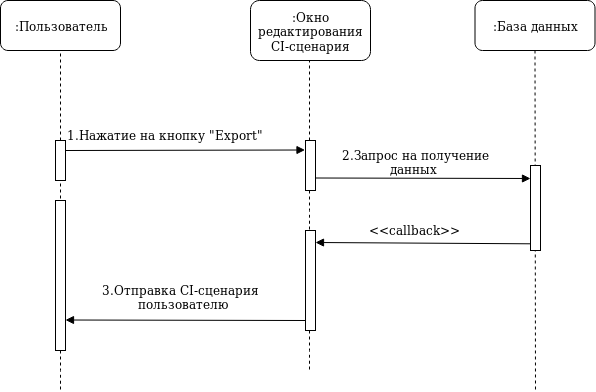
Andrew304/Visual-CI-Manager keeps this draw.io diagram as Diagrams/Sequence/Export.png. Above is the earlier version. Source tidied: cells renumbered, new cells last; positions are measured from the earlier drawing's top-left corner, leaving out a move shared by most shapes. Its diagram source:
```xml
<mxGraphModel>
  <root>
    <mxCell id="0" />
    <mxCell id="1" parent="0" />
    <mxCell id="2" value=":Пользователь" style="rounded=1;whiteSpace=wrap;html=1;" parent="1" vertex="1">
      <mxGeometry width="120" height="50" as="geometry" />
    </mxCell>
    <mxCell id="3" style="endArrow=none;dashed=1;html=1;entryX=0.5;entryY=1;entryDx=0;entryDy=0;exitX=0.5;exitY=0;exitDx=0;exitDy=0;" parent="1" edge="1" target="2">
      <mxGeometry relative="1" as="geometry">
        <mxPoint x="60" y="140" as="sourcePoint" />
      </mxGeometry>
    </mxCell>
    <mxCell id="4" value=":Окно редактирования CI-сценария" style="rounded=1;whiteSpace=wrap;html=1;" parent="1" vertex="1">
      <mxGeometry x="250" width="120" height="60" as="geometry" />
    </mxCell>
    <mxCell id="5" value=":База данных" style="rounded=1;whiteSpace=wrap;html=1;" parent="1" vertex="1">
      <mxGeometry x="474.5" width="120" height="50" as="geometry" />
    </mxCell>
    <mxCell id="6" style="rounded=0;whiteSpace=wrap;html=1;" parent="1" vertex="1">
      <mxGeometry x="305" y="140" width="10" height="50" as="geometry" />
    </mxCell>
    <mxCell id="7" style="endArrow=none;dashed=1;html=1;entryX=0.5;entryY=1;entryDx=0;entryDy=0;" parent="1" edge="1">
      <mxGeometry relative="1" as="geometry">
        <mxPoint x="309" y="140" as="sourcePoint" />
        <mxPoint x="309" y="60" as="targetPoint" />
      </mxGeometry>
    </mxCell>
    <mxCell id="8" style="rounded=0;whiteSpace=wrap;html=1;" parent="1" vertex="1">
      <mxGeometry x="55" y="140" width="10" height="40" as="geometry" />
    </mxCell>
    <mxCell id="9" style="endArrow=none;dashed=1;html=1;exitX=0.5;exitY=0;exitDx=0;exitDy=0;" parent="1" edge="1" source="8">
      <mxGeometry relative="1" as="geometry">
        <mxPoint x="60" y="140" as="targetPoint" />
      </mxGeometry>
    </mxCell>
    <mxCell id="10" style="endArrow=block;html=1;endFill=1;entryX=0.25;entryY=0;entryDx=0;entryDy=0;" parent="1" edge="1">
      <mxGeometry relative="1" as="geometry">
        <mxPoint x="65" y="150" as="sourcePoint" />
        <mxPoint x="304.5" y="149.5" as="targetPoint" />
      </mxGeometry>
    </mxCell>
    <mxCell id="11" value="1.Нажатие на кнопку &quot;Export&quot;" style="text;html=1;align=left;verticalAlign=top;spacingTop=-4;" parent="1" vertex="1">
      <mxGeometry x="65" y="125" width="210" height="20" as="geometry" />
    </mxCell>
    <mxCell id="12" style="endArrow=none;dashed=1;html=1;exitX=0.5;exitY=1;exitDx=0;exitDy=0;" parent="1" edge="1" source="5">
      <mxGeometry relative="1" as="geometry">
        <mxPoint x="535" y="390" as="targetPoint" />
      </mxGeometry>
    </mxCell>
    <mxCell id="13" style="rounded=0;whiteSpace=wrap;html=1;" parent="1" vertex="1">
      <mxGeometry x="530" y="165" width="10" height="85" as="geometry" />
    </mxCell>
    <mxCell id="14" style="endArrow=block;html=1;endFill=1;exitX=1;exitY=0.75;exitDx=0;exitDy=0;" parent="1" edge="1">
      <mxGeometry relative="1" as="geometry">
        <mxPoint x="315" y="177.5" as="sourcePoint" />
        <mxPoint x="530" y="178" as="targetPoint" />
      </mxGeometry>
    </mxCell>
    <mxCell id="15" value="&lt;div&gt;2.Запрос на получение&lt;/div&gt;&lt;div&gt;&amp;nbsp;&amp;nbsp;&amp;nbsp;&amp;nbsp;&amp;nbsp;&amp;nbsp;&amp;nbsp;&amp;nbsp;&amp;nbsp;&amp;nbsp;&amp;nbsp; данных&lt;/div&gt;" style="text;html=1;align=left;verticalAlign=top;spacingTop=-4;" parent="1" vertex="1">
      <mxGeometry x="340" y="145" width="170" height="30" as="geometry" />
    </mxCell>
    <mxCell id="16" style="endArrow=block;html=1;endFill=1;exitX=0.019;exitY=0.886;exitDx=0;exitDy=0;exitPerimeter=0;" parent="1" edge="1">
      <mxGeometry relative="1" as="geometry">
        <mxPoint x="529.7" y="243.3" as="sourcePoint" />
        <mxPoint x="315" y="242" as="targetPoint" />
      </mxGeometry>
    </mxCell>
    <mxCell id="17" value="&amp;nbsp;&amp;nbsp;&amp;nbsp;&amp;nbsp;&amp;nbsp;&amp;nbsp;&amp;nbsp;&amp;nbsp;&amp;nbsp;&amp;nbsp;&amp;nbsp;&amp;nbsp;&amp;nbsp;&amp;nbsp;&amp;nbsp;&amp;nbsp;&amp;nbsp; &amp;lt;&amp;lt;callback&amp;gt;&amp;gt;" style="text;html=1;align=left;verticalAlign=top;spacingTop=-4;" parent="1" vertex="1">
      <mxGeometry x="294.5" y="220" width="180" height="20" as="geometry" />
    </mxCell>
    <mxCell id="18" style="endArrow=none;dashed=1;html=1;entryX=0.5;entryY=1;entryDx=0;entryDy=0;" parent="1" edge="1">
      <mxGeometry relative="1" as="geometry">
        <mxPoint x="60" y="210" as="sourcePoint" />
        <mxPoint x="60" y="180" as="targetPoint" />
      </mxGeometry>
    </mxCell>
    <mxCell id="19" style="endArrow=none;dashed=1;html=1;entryX=0.5;entryY=1;entryDx=0;entryDy=0;" parent="1" edge="1" source="20">
      <mxGeometry relative="1" as="geometry">
        <mxPoint x="60" y="329" as="targetPoint" />
      </mxGeometry>
    </mxCell>
    <mxCell id="20" style="rounded=0;whiteSpace=wrap;html=1;" parent="1" vertex="1">
      <mxGeometry x="55" y="200" width="10" height="150" as="geometry" />
    </mxCell>
    <mxCell id="21" value="&lt;div&gt;3.Отправка CI-сценария&lt;/div&gt;&lt;div&gt;&amp;nbsp;&amp;nbsp;&amp;nbsp;&amp;nbsp;&amp;nbsp;&amp;nbsp;&amp;nbsp;&amp;nbsp; пользователю&lt;/div&gt;" style="text;html=1;align=left;verticalAlign=top;spacingTop=-4;" parent="1" vertex="1">
      <mxGeometry x="100" y="280" width="170" height="30" as="geometry" />
    </mxCell>
    <mxCell id="22" style="endArrow=block;html=1;endFill=1;exitX=0;exitY=0.5;exitDx=0;exitDy=0;" parent="1" edge="1">
      <mxGeometry relative="1" as="geometry">
        <mxPoint x="305" y="320" as="sourcePoint" />
        <mxPoint x="65" y="319.5" as="targetPoint" />
      </mxGeometry>
    </mxCell>
    <mxCell id="23" style="endArrow=none;dashed=1;html=1;" parent="1" edge="1">
      <mxGeometry relative="1" as="geometry">
        <mxPoint x="309" y="330" as="sourcePoint" />
        <mxPoint x="309" y="370" as="targetPoint" />
        <Array as="points">
          <mxPoint x="309" y="360" />
        </Array>
      </mxGeometry>
    </mxCell>
    <mxCell id="24" style="endArrow=none;dashed=1;html=1;" parent="1" edge="1">
      <mxGeometry relative="1" as="geometry">
        <mxPoint x="60" y="350" as="sourcePoint" />
        <mxPoint x="60" y="390" as="targetPoint" />
        <Array as="points">
          <mxPoint x="60" y="380" />
        </Array>
      </mxGeometry>
    </mxCell>
    <mxCell id="25" style="rounded=0;whiteSpace=wrap;html=1;" parent="1" vertex="1">
      <mxGeometry x="305" y="230" width="10" height="100" as="geometry" />
    </mxCell>
    <mxCell id="26" style="endArrow=none;dashed=1;html=1;" parent="1" edge="1">
      <mxGeometry relative="1" as="geometry">
        <mxPoint x="309" y="190" as="sourcePoint" />
        <mxPoint x="309" y="230" as="targetPoint" />
        <Array as="points">
          <mxPoint x="309" y="220" />
        </Array>
      </mxGeometry>
    </mxCell>
  </root>
</mxGraphModel>
```
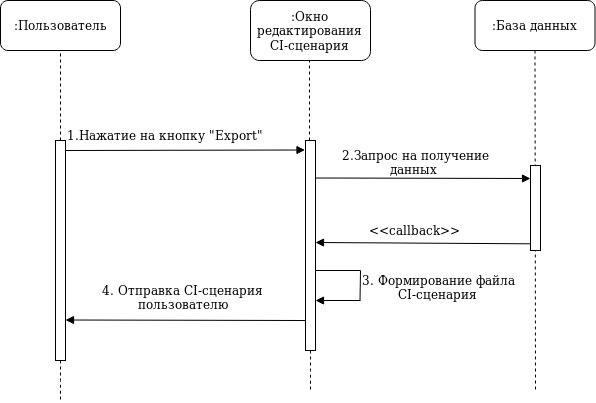
The same file after the commit.

The edit, as a diff of the source:
```diff
@@ -17,7 +17,7 @@
       <mxGeometry x="474.5" width="120" height="50" as="geometry" />
     </mxCell>
     <mxCell id="6" style="rounded=0;whiteSpace=wrap;html=1;" parent="1" vertex="1">
-      <mxGeometry x="305" y="140" width="10" height="50" as="geometry" />
+      <mxGeometry x="305" y="140" width="10" height="210" as="geometry" />
     </mxCell>
     <mxCell id="7" style="endArrow=none;dashed=1;html=1;entryX=0.5;entryY=1;entryDx=0;entryDy=0;" parent="1" edge="1">
       <mxGeometry relative="1" as="geometry">
@@ -26,100 +26,89 @@
       </mxGeometry>
     </mxCell>
     <mxCell id="8" style="rounded=0;whiteSpace=wrap;html=1;" parent="1" vertex="1">
-      <mxGeometry x="55" y="140" width="10" height="40" as="geometry" />
+      <mxGeometry x="55" y="140" width="10" height="220" as="geometry" />
     </mxCell>
-    <mxCell id="9" style="endArrow=none;dashed=1;html=1;exitX=0.5;exitY=0;exitDx=0;exitDy=0;" parent="1" edge="1" source="8">
+    <mxCell id="9" style="endArrow=block;html=1;endFill=1;entryX=0.25;entryY=0;entryDx=0;entryDy=0;" parent="1" edge="1">
       <mxGeometry relative="1" as="geometry">
-        <mxPoint x="60" y="140" as="targetPoint" />
+        <mxPoint x="65" y="150" as="sourcePoint" />
+        <mxPoint x="304.5" y="149.5" as="targetPoint" />
       </mxGeometry>
     </mxCell>
-    <mxCell id="10" style="endArrow=block;html=1;endFill=1;entryX=0.25;entryY=0;entryDx=0;entryDy=0;" parent="1" edge="1">
-      <mxGeometry relative="1" as="geometry">
-        <mxPoint x="65" y="150" as="sourcePoint" />
-        <mxPoint x="304.5" y="149.5" as="targetPoint" />
-      </mxGeometry>
+    <mxCell id="10" value="1.Нажатие на кнопку &quot;Export&quot;" style="text;html=1;align=left;verticalAlign=top;spacingTop=-4;" parent="1" vertex="1">
+      <mxGeometry x="65" y="125" width="210" height="20" as="geometry" />
     </mxCell>
-    <mxCell id="11" value="1.Нажатие на кнопку &quot;Export&quot;" style="text;html=1;align=left;verticalAlign=top;spacingTop=-4;" parent="1" vertex="1">
-      <mxGeometry x="65" y="125" width="210" height="20" as="geometry" />
+    <mxCell id="11" style="endArrow=none;dashed=1;html=1;exitX=0.5;exitY=1;exitDx=0;exitDy=0;" parent="1" edge="1" source="5">
+      <mxGeometry relative="1" as="geometry">
+        <mxPoint x="535" y="390" as="targetPoint" />
+      </mxGeometry>
     </mxCell>
-    <mxCell id="12" style="endArrow=none;dashed=1;html=1;exitX=0.5;exitY=1;exitDx=0;exitDy=0;" parent="1" edge="1" source="5">
-      <mxGeometry relative="1" as="geometry">
-        <mxPoint x="535" y="390" as="targetPoint" />
-      </mxGeometry>
+    <mxCell id="12" style="rounded=0;whiteSpace=wrap;html=1;" parent="1" vertex="1">
+      <mxGeometry x="530" y="165" width="10" height="85" as="geometry" />
     </mxCell>
-    <mxCell id="13" style="rounded=0;whiteSpace=wrap;html=1;" parent="1" vertex="1">
-      <mxGeometry x="530" y="165" width="10" height="85" as="geometry" />
+    <mxCell id="13" style="endArrow=block;html=1;endFill=1;exitX=1;exitY=0.75;exitDx=0;exitDy=0;" parent="1" edge="1">
+      <mxGeometry relative="1" as="geometry">
+        <mxPoint x="315" y="177.5" as="sourcePoint" />
+        <mxPoint x="530" y="178" as="targetPoint" />
+      </mxGeometry>
     </mxCell>
-    <mxCell id="14" style="endArrow=block;html=1;endFill=1;exitX=1;exitY=0.75;exitDx=0;exitDy=0;" parent="1" edge="1">
-      <mxGeometry relative="1" as="geometry">
-        <mxPoint x="315" y="177.5" as="sourcePoint" />
-        <mxPoint x="530" y="178" as="targetPoint" />
-      </mxGeometry>
+    <mxCell id="14" value="&lt;div&gt;2.Запрос на получение&lt;/div&gt;&lt;div&gt;&amp;nbsp;&amp;nbsp;&amp;nbsp;&amp;nbsp;&amp;nbsp;&amp;nbsp;&amp;nbsp;&amp;nbsp;&amp;nbsp;&amp;nbsp;&amp;nbsp; данных&lt;/div&gt;" style="text;html=1;align=left;verticalAlign=top;spacingTop=-4;" parent="1" vertex="1">
+      <mxGeometry x="340" y="145" width="170" height="30" as="geometry" />
     </mxCell>
-    <mxCell id="15" value="&lt;div&gt;2.Запрос на получение&lt;/div&gt;&lt;div&gt;&amp;nbsp;&amp;nbsp;&amp;nbsp;&amp;nbsp;&amp;nbsp;&amp;nbsp;&amp;nbsp;&amp;nbsp;&amp;nbsp;&amp;nbsp;&amp;nbsp; данных&lt;/div&gt;" style="text;html=1;align=left;verticalAlign=top;spacingTop=-4;" parent="1" vertex="1">
-      <mxGeometry x="340" y="145" width="170" height="30" as="geometry" />
+    <mxCell id="15" style="endArrow=block;html=1;endFill=1;exitX=0.019;exitY=0.886;exitDx=0;exitDy=0;exitPerimeter=0;" parent="1" edge="1">
+      <mxGeometry relative="1" as="geometry">
+        <mxPoint x="529.7" y="243.3" as="sourcePoint" />
+        <mxPoint x="315" y="242" as="targetPoint" />
+      </mxGeometry>
     </mxCell>
-    <mxCell id="16" style="endArrow=block;html=1;endFill=1;exitX=0.019;exitY=0.886;exitDx=0;exitDy=0;exitPerimeter=0;" parent="1" edge="1">
-      <mxGeometry relative="1" as="geometry">
-        <mxPoint x="529.7" y="243.3" as="sourcePoint" />
-        <mxPoint x="315" y="242" as="targetPoint" />
-      </mxGeometry>
+    <mxCell id="16" value="&amp;nbsp;&amp;nbsp;&amp;nbsp;&amp;nbsp;&amp;nbsp;&amp;nbsp;&amp;nbsp;&amp;nbsp;&amp;nbsp;&amp;nbsp;&amp;nbsp;&amp;nbsp;&amp;nbsp;&amp;nbsp;&amp;nbsp;&amp;nbsp;&amp;nbsp; &amp;lt;&amp;lt;callback&amp;gt;&amp;gt;" style="text;html=1;align=left;verticalAlign=top;spacingTop=-4;" parent="1" vertex="1">
+      <mxGeometry x="294.5" y="220" width="180" height="20" as="geometry" />
     </mxCell>
-    <mxCell id="17" value="&amp;nbsp;&amp;nbsp;&amp;nbsp;&amp;nbsp;&amp;nbsp;&amp;nbsp;&amp;nbsp;&amp;nbsp;&amp;nbsp;&amp;nbsp;&amp;nbsp;&amp;nbsp;&amp;nbsp;&amp;nbsp;&amp;nbsp;&amp;nbsp;&amp;nbsp; &amp;lt;&amp;lt;callback&amp;gt;&amp;gt;" style="text;html=1;align=left;verticalAlign=top;spacingTop=-4;" parent="1" vertex="1">
-      <mxGeometry x="294.5" y="220" width="180" height="20" as="geometry" />
+    <mxCell id="17" value="&lt;div&gt;4. Отправка CI-сценария &lt;br&gt;&lt;/div&gt;&lt;div&gt;&amp;nbsp;&amp;nbsp;&amp;nbsp;&amp;nbsp;&amp;nbsp;&amp;nbsp;&amp;nbsp;&amp;nbsp; пользователю&lt;/div&gt;" style="text;html=1;align=left;verticalAlign=top;spacingTop=-4;" parent="1" vertex="1">
+      <mxGeometry x="100" y="280" width="180" height="30" as="geometry" />
     </mxCell>
-    <mxCell id="18" style="endArrow=none;dashed=1;html=1;entryX=0.5;entryY=1;entryDx=0;entryDy=0;" parent="1" edge="1">
+    <mxCell id="18" style="endArrow=block;html=1;endFill=1;exitX=0;exitY=0.5;exitDx=0;exitDy=0;" parent="1" edge="1">
       <mxGeometry relative="1" as="geometry">
-        <mxPoint x="60" y="210" as="sourcePoint" />
-        <mxPoint x="60" y="180" as="targetPoint" />
+        <mxPoint x="305" y="320" as="sourcePoint" />
+        <mxPoint x="65" y="319.5" as="targetPoint" />
       </mxGeometry>
     </mxCell>
-    <mxCell id="19" style="endArrow=none;dashed=1;html=1;entryX=0.5;entryY=1;entryDx=0;entryDy=0;" parent="1" edge="1" source="20">
+    <mxCell id="19" style="endArrow=none;dashed=1;html=1;" parent="1" edge="1">
       <mxGeometry relative="1" as="geometry">
-        <mxPoint x="60" y="329" as="targetPoint" />
+        <mxPoint x="310" y="350" as="sourcePoint" />
+        <mxPoint x="310" y="390" as="targetPoint" />
+        <Array as="points">
+          <mxPoint x="310" y="380" />
+        </Array>
       </mxGeometry>
     </mxCell>
-    <mxCell id="20" style="rounded=0;whiteSpace=wrap;html=1;" parent="1" vertex="1">
-      <mxGeometry x="55" y="200" width="10" height="150" as="geometry" />
+    <mxCell id="20" style="endArrow=none;dashed=1;html=1;" parent="1" edge="1">
+      <mxGeometry relative="1" as="geometry">
+        <mxPoint x="60" y="360" as="sourcePoint" />
+        <mxPoint x="60" y="400" as="targetPoint" />
+        <Array as="points">
+          <mxPoint x="60" y="390" />
+        </Array>
+      </mxGeometry>
     </mxCell>
-    <mxCell id="21" value="&lt;div&gt;3.Отправка CI-сценария&lt;/div&gt;&lt;div&gt;&amp;nbsp;&amp;nbsp;&amp;nbsp;&amp;nbsp;&amp;nbsp;&amp;nbsp;&amp;nbsp;&amp;nbsp; пользователю&lt;/div&gt;" style="text;html=1;align=left;verticalAlign=top;spacingTop=-4;" parent="1" vertex="1">
-      <mxGeometry x="100" y="280" width="170" height="30" as="geometry" />
+    <mxCell id="21" style="endArrow=block;html=1;endFill=1;" parent="1" edge="1">
+      <mxGeometry relative="1" as="geometry">
+        <mxPoint x="360" y="300" as="sourcePoint" />
+        <mxPoint x="315" y="300" as="targetPoint" />
+      </mxGeometry>
     </mxCell>
-    <mxCell id="22" style="endArrow=block;html=1;endFill=1;exitX=0;exitY=0.5;exitDx=0;exitDy=0;" parent="1" edge="1">
+    <mxCell id="22" style="endArrow=none;html=1;" parent="1" edge="1">
       <mxGeometry relative="1" as="geometry">
-        <mxPoint x="305" y="320" as="sourcePoint" />
-        <mxPoint x="65" y="319.5" as="targetPoint" />
+        <mxPoint x="359.5" y="300" as="sourcePoint" />
+        <mxPoint x="360" y="270" as="targetPoint" />
       </mxGeometry>
     </mxCell>
-    <mxCell id="23" style="endArrow=none;dashed=1;html=1;" parent="1" edge="1">
+    <mxCell id="23" style="endArrow=none;html=1;exitX=1.038;exitY=0.619;exitDx=0;exitDy=0;exitPerimeter=0;" parent="1" edge="1" source="6">
       <mxGeometry relative="1" as="geometry">
-        <mxPoint x="309" y="330" as="sourcePoint" />
-        <mxPoint x="309" y="370" as="targetPoint" />
-        <Array as="points">
-          <mxPoint x="309" y="360" />
-        </Array>
+        <mxPoint x="360" y="270" as="targetPoint" />
       </mxGeometry>
     </mxCell>
-    <mxCell id="24" style="endArrow=none;dashed=1;html=1;" parent="1" edge="1">
-      <mxGeometry relative="1" as="geometry">
-        <mxPoint x="60" y="350" as="sourcePoint" />
-        <mxPoint x="60" y="390" as="targetPoint" />
-        <Array as="points">
-          <mxPoint x="60" y="380" />
-        </Array>
-      </mxGeometry>
+    <mxCell id="24" value="&lt;div&gt;3. Формирование файла &lt;br&gt;&lt;/div&gt;&lt;div&gt;&amp;nbsp;&amp;nbsp;&amp;nbsp;&amp;nbsp;&amp;nbsp;&amp;nbsp;&amp;nbsp;&amp;nbsp; CI-сценария&lt;br&gt;&lt;/div&gt;" style="text;html=1;align=left;verticalAlign=top;spacingTop=-4;" parent="1" vertex="1">
+      <mxGeometry x="360" y="270" width="170" height="30" as="geometry" />
     </mxCell>
-    <mxCell id="25" style="rounded=0;whiteSpace=wrap;html=1;" parent="1" vertex="1">
-      <mxGeometry x="305" y="230" width="10" height="100" as="geometry" />
-    </mxCell>
-    <mxCell id="26" style="endArrow=none;dashed=1;html=1;" parent="1" edge="1">
-      <mxGeometry relative="1" as="geometry">
-        <mxPoint x="309" y="190" as="sourcePoint" />
-        <mxPoint x="309" y="230" as="targetPoint" />
-        <Array as="points">
-          <mxPoint x="309" y="220" />
-        </Array>
-      </mxGeometry>
-    </mxCell>
   </root>
 </mxGraphModel>
```
